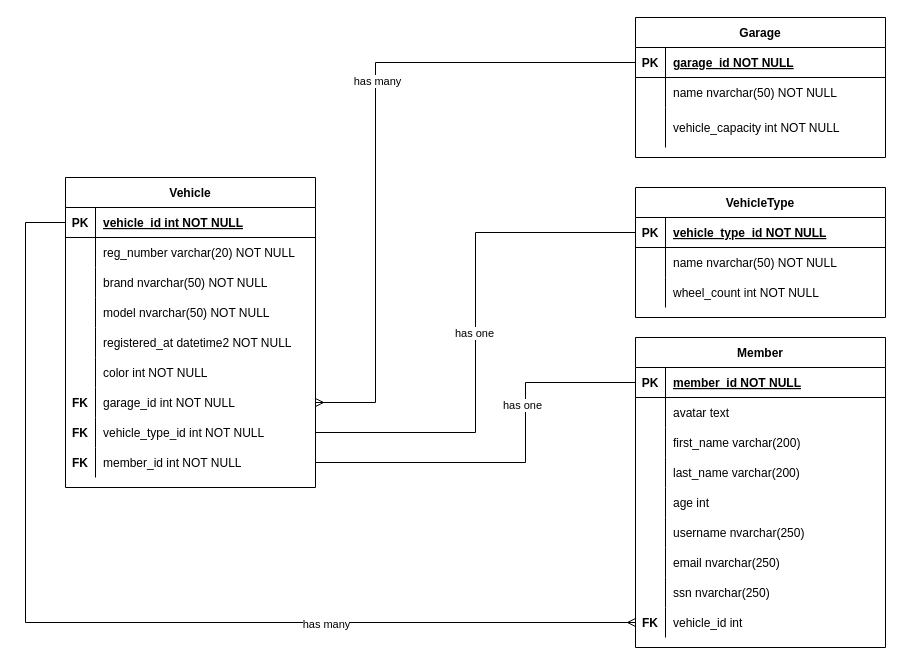
Sunyam-Lexicon-2024/garage-2.0 keeps this draw.io diagram as .docs/images/garage_3_0.drawio. Above is the earlier version. Source tidied: cells renumbered, new cells numbered last; positions are measured from the earlier drawing's top-left corner, leaving out a move shared by most shapes. Both pictures are drawn from the tidied source at 100%, with x=0, y=0 at pixel (25, 17).
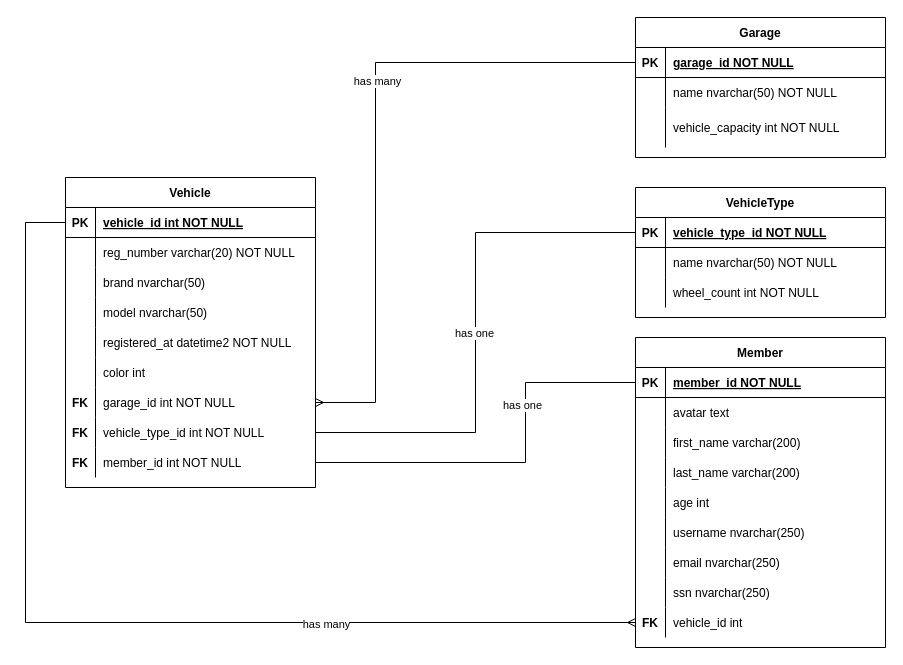
After the change.

The change refers to these unchanged cells:
```xml
<mxCell id="9" style="shape=partialRectangle;fillColor=none;top=0;left=0;right=0;bottom=0;" parent="2" vertex="1">
  <mxGeometry y="90" width="250" height="30" as="geometry" />
</mxCell>
<mxCell id="12" style="shape=partialRectangle;fillColor=none;top=0;left=0;right=0;bottom=0;" parent="2" vertex="1">
  <mxGeometry y="120" width="250" height="30" as="geometry" />
</mxCell>
<mxCell id="18" style="shape=partialRectangle;fillColor=none;top=0;left=0;right=0;bottom=0;" parent="2" vertex="1">
  <mxGeometry y="180" width="250" height="30" as="geometry" />
</mxCell>
```

Change to the diagram source:
```diff
@@
-    <mxCell id="11" value="brand nvarchar(50) NOT NULL" style="shape=partialRectangle;overflow=hidden;fillColor=none;top=0;left=0;bottom=0;right=0;align=left;spacingLeft=6;" parent="9" vertex="1">
+    <mxCell id="11" value="brand nvarchar(50)" style="shape=partialRectangle;overflow=hidden;fillColor=none;top=0;left=0;bottom=0;right=0;align=left;spacingLeft=6;" parent="9" vertex="1">
       <mxGeometry x="30" width="220" height="30" as="geometry" />
     </mxCell>
@@
-    <mxCell id="14" value="model nvarchar(50) NOT NULL" style="shape=partialRectangle;overflow=hidden;fillColor=none;top=0;left=0;bottom=0;right=0;align=left;spacingLeft=6;" parent="12" vertex="1">
+    <mxCell id="14" value="model nvarchar(50)" style="shape=partialRectangle;overflow=hidden;fillColor=none;top=0;left=0;bottom=0;right=0;align=left;spacingLeft=6;" parent="12" vertex="1">
       <mxGeometry x="30" width="220" height="30" as="geometry" />
     </mxCell>
@@
-    <mxCell id="20" value="color int NOT NULL" style="shape=partialRectangle;overflow=hidden;fillColor=none;top=0;left=0;bottom=0;right=0;align=left;spacingLeft=6;" parent="18" vertex="1">
+    <mxCell id="20" value="color int" style="shape=partialRectangle;overflow=hidden;fillColor=none;top=0;left=0;bottom=0;right=0;align=left;spacingLeft=6;" parent="18" vertex="1">
       <mxGeometry x="30" width="220" height="30" as="geometry" />
     </mxCell>
```
